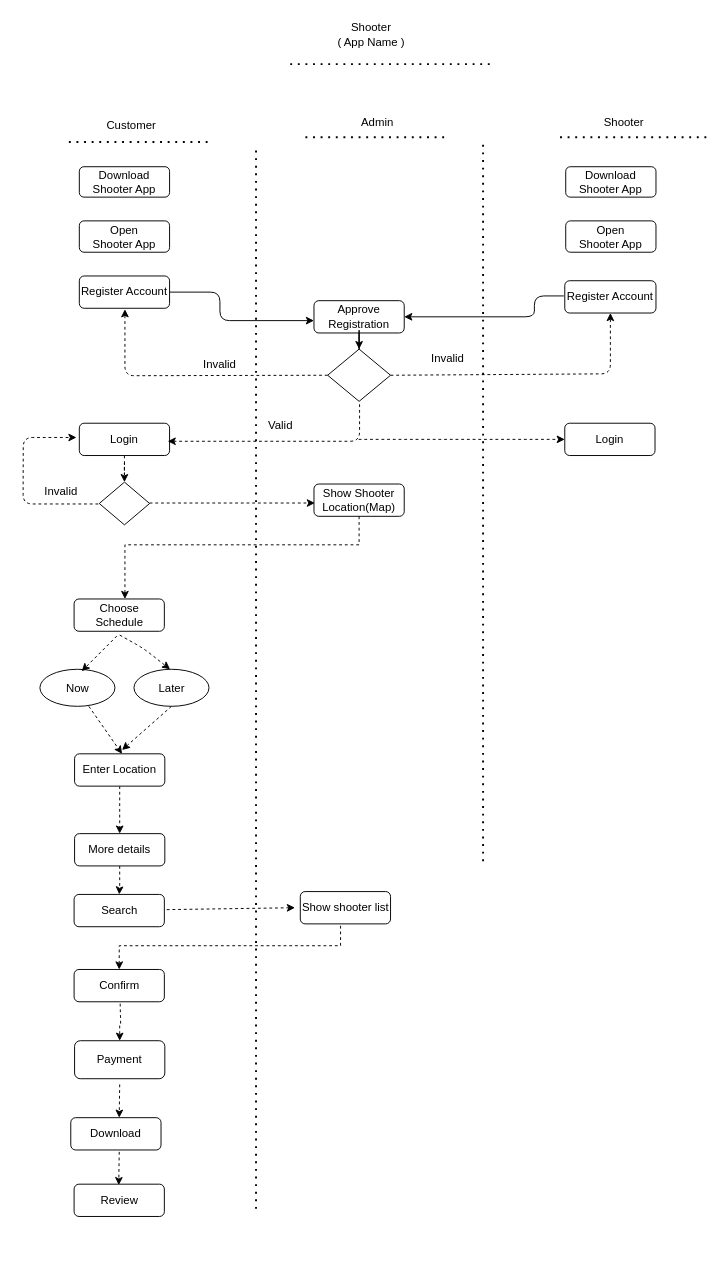
Earlier version of the draw.io diagram Untitled Diagram.drawio (showkat2203/ShopOffer). Source tidied: cells renumbered, new cells numbered last; positions are measured from the earlier drawing's top-left corner, leaving out a move shared by most shapes. Both pictures are drawn from the tidied source at 95%, with x=0, y=0 at pixel (23, 16).
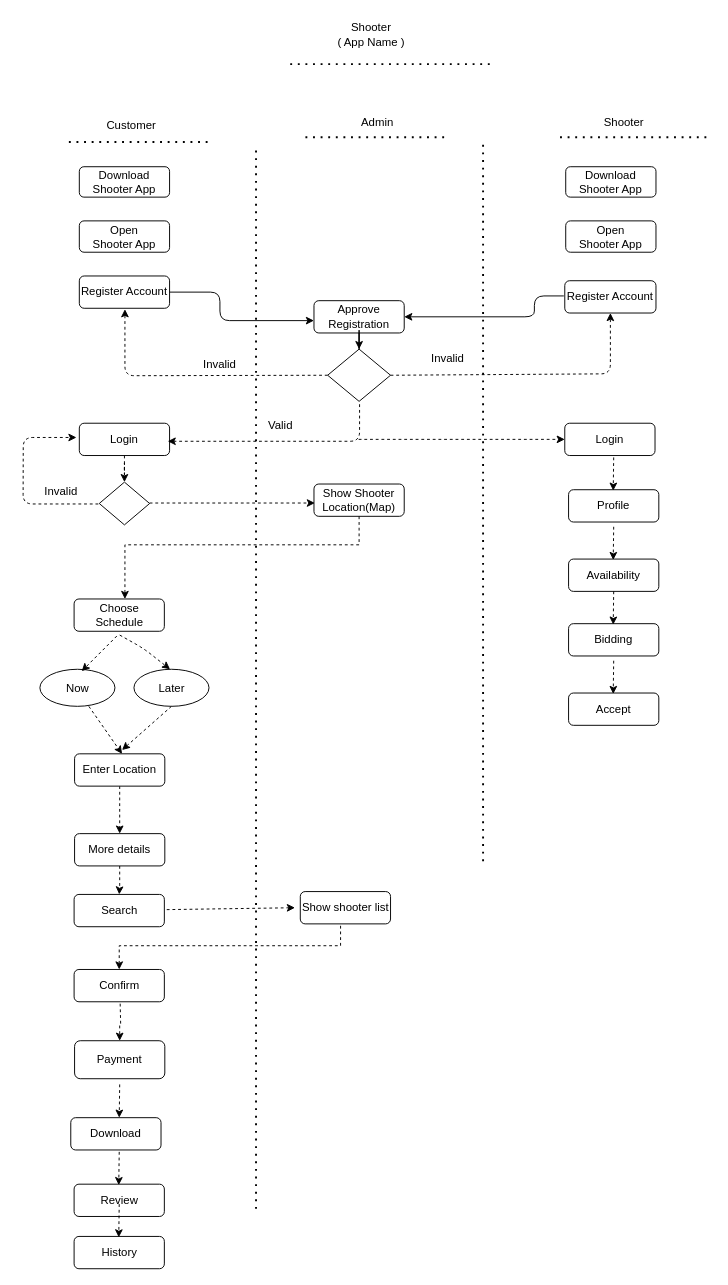
The same page after the edit.

Diff of the diagram source:
```diff
@@
+    <mxCell id="61" value="History" style="rounded=1;whiteSpace=wrap;html=1;labelBackgroundColor=none;align=center;" parent="1" vertex="1">
+      <mxGeometry x="53.5" y="1284" width="95" height="34" as="geometry" />
+    </mxCell>
+    <mxCell id="62" style="edgeStyle=orthogonalEdgeStyle;rounded=0;orthogonalLoop=1;jettySize=auto;html=1;dashed=1;align=center;" parent="1" edge="1">
+      <mxGeometry relative="1" as="geometry">
+        <mxPoint x="101" y="1250" as="sourcePoint" />
+        <mxPoint x="100.5" y="1285" as="targetPoint" />
+      </mxGeometry>
+    </mxCell>
+    <mxCell id="63" value="Profile" style="rounded=1;whiteSpace=wrap;html=1;labelBackgroundColor=none;align=center;" parent="1" vertex="1">
+      <mxGeometry x="574" y="498" width="95" height="34" as="geometry" />
+    </mxCell>
+    <mxCell id="64" style="edgeStyle=orthogonalEdgeStyle;rounded=0;orthogonalLoop=1;jettySize=auto;html=1;dashed=1;align=center;" parent="1" edge="1">
+      <mxGeometry relative="1" as="geometry">
+        <mxPoint x="621.5" y="464" as="sourcePoint" />
+        <mxPoint x="621" y="499" as="targetPoint" />
+      </mxGeometry>
+    </mxCell>
+    <mxCell id="65" value="Availability" style="rounded=1;whiteSpace=wrap;html=1;labelBackgroundColor=none;align=center;" parent="1" vertex="1">
+      <mxGeometry x="574" y="571" width="95" height="34" as="geometry" />
+    </mxCell>
+    <mxCell id="66" style="edgeStyle=orthogonalEdgeStyle;rounded=0;orthogonalLoop=1;jettySize=auto;html=1;dashed=1;align=center;" parent="1" edge="1">
+      <mxGeometry relative="1" as="geometry">
+        <mxPoint x="621.5" y="537" as="sourcePoint" />
+        <mxPoint x="621" y="572" as="targetPoint" />
+      </mxGeometry>
+    </mxCell>
+    <mxCell id="67" value="Bidding" style="rounded=1;whiteSpace=wrap;html=1;labelBackgroundColor=none;align=center;" parent="1" vertex="1">
+      <mxGeometry x="574" y="639" width="95" height="34" as="geometry" />
+    </mxCell>
+    <mxCell id="68" style="edgeStyle=orthogonalEdgeStyle;rounded=0;orthogonalLoop=1;jettySize=auto;html=1;dashed=1;align=center;" parent="1" edge="1">
+      <mxGeometry relative="1" as="geometry">
+        <mxPoint x="621.5" y="605" as="sourcePoint" />
+        <mxPoint x="621" y="640" as="targetPoint" />
+      </mxGeometry>
+    </mxCell>
+    <mxCell id="69" value="Accept" style="rounded=1;whiteSpace=wrap;html=1;labelBackgroundColor=none;align=center;" parent="1" vertex="1">
+      <mxGeometry x="574" y="712" width="95" height="34" as="geometry" />
+    </mxCell>
+    <mxCell id="70" style="edgeStyle=orthogonalEdgeStyle;rounded=0;orthogonalLoop=1;jettySize=auto;html=1;dashed=1;align=center;" parent="1" edge="1">
+      <mxGeometry relative="1" as="geometry">
+        <mxPoint x="621.5" y="678" as="sourcePoint" />
+        <mxPoint x="621" y="713" as="targetPoint" />
+      </mxGeometry>
+    </mxCell>
```
